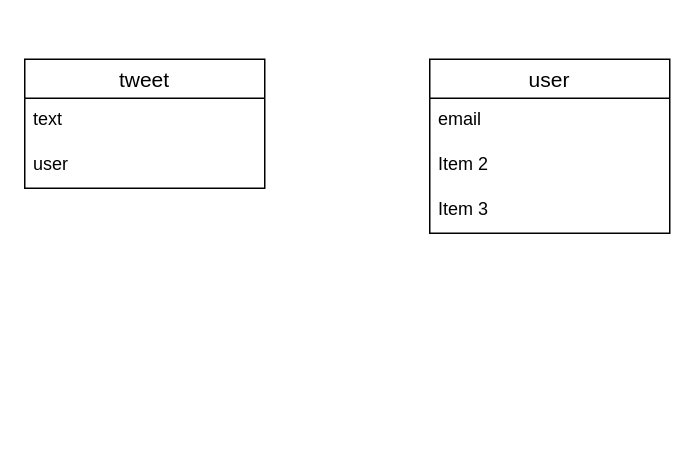
Before: test.dio in kahoxx121u/happytweet, a draw.io diagram. Source tidied: cells renumbered, new cells numbered last; positions are measured from the earlier drawing's top-left corner, leaving out a move shared by most shapes. Both pictures are drawn from the tidied source at 150%, with x=0, y=0 at pixel (24, 58).
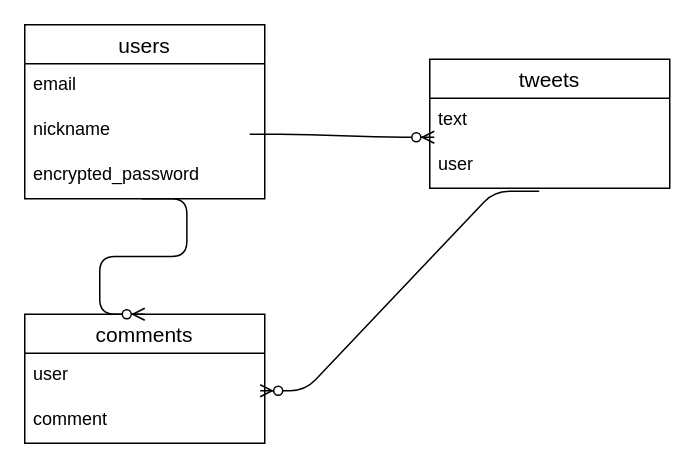
Above is the later version.

Change to the diagram source:
```diff
@@
 <mxGraphModel>
   <root>
     <mxCell id="0" />
     <mxCell id="1" parent="0" />
-    <mxCell id="2" value="tweet" style="swimlane;fontStyle=0;horizontal=1;startSize=26;align=center;fontSize=14;" parent="1" vertex="1">
-      <mxGeometry width="160" height="86" as="geometry" />
+    <mxCell id="2" value="tweets" style="swimlane;fontStyle=0;horizontal=1;startSize=26;align=center;fontSize=14;" parent="1" vertex="1">
+      <mxGeometry x="270" width="160" height="86" as="geometry" />
     </mxCell>
     <mxCell id="3" value="text&#10;" style="text;strokeColor=none;fillColor=none;spacingLeft=4;spacingRight=4;overflow=hidden;fontSize=12;" parent="2" vertex="1">
       <mxGeometry y="26" width="160" height="30" as="geometry" />
     </mxCell>
     <mxCell id="4" value="user" style="text;strokeColor=none;fillColor=none;spacingLeft=4;spacingRight=4;overflow=hidden;points=[[0,0.5],[1,0.5]];portConstraint=eastwest;fontSize=12;" parent="2" vertex="1">
       <mxGeometry y="56" width="160" height="30" as="geometry" />
     </mxCell>
-    <mxCell id="5" value="user" style="swimlane;fontStyle=0;horizontal=1;startSize=26;align=center;fontSize=14;" parent="1" vertex="1">
-      <mxGeometry x="270" width="160" height="116" as="geometry" />
+    <mxCell id="5" value="users" style="swimlane;fontStyle=0;horizontal=1;startSize=26;align=center;fontSize=14;" parent="1" vertex="1">
+      <mxGeometry y="-23" width="160" height="116" as="geometry" />
     </mxCell>
     <mxCell id="6" value="email" style="text;strokeColor=none;fillColor=none;spacingLeft=4;spacingRight=4;overflow=hidden;fontSize=12;" parent="5" vertex="1">
       <mxGeometry y="26" width="160" height="30" as="geometry" />
     </mxCell>
-    <mxCell id="7" value="Item 2" style="text;strokeColor=none;fillColor=none;spacingLeft=4;spacingRight=4;overflow=hidden;fontSize=12;" parent="5" vertex="1">
+    <mxCell id="7" value="nickname" style="text;strokeColor=none;fillColor=none;spacingLeft=4;spacingRight=4;overflow=hidden;fontSize=12;" parent="5" vertex="1">
       <mxGeometry y="56" width="160" height="30" as="geometry" />
     </mxCell>
-    <mxCell id="8" value="Item 3" style="text;strokeColor=none;fillColor=none;spacingLeft=4;spacingRight=4;overflow=hidden;points=[[0,0.5],[1,0.5]];portConstraint=eastwest;fontSize=12;" parent="5" vertex="1">
+    <mxCell id="8" value="encrypted_password" style="text;strokeColor=none;fillColor=none;spacingLeft=4;spacingRight=4;overflow=hidden;points=[[0,0.5],[1,0.5]];portConstraint=eastwest;fontSize=12;" parent="5" vertex="1">
       <mxGeometry y="86" width="160" height="30" as="geometry" />
     </mxCell>
+    <mxCell id="9" value="comments" style="swimlane;fontStyle=0;horizontal=1;startSize=26;align=center;fontSize=14;" parent="1" vertex="1">
+      <mxGeometry y="170" width="160" height="86" as="geometry" />
+    </mxCell>
+    <mxCell id="10" value="user" style="text;strokeColor=none;fillColor=none;spacingLeft=4;spacingRight=4;overflow=hidden;fontSize=12;" parent="9" vertex="1">
+      <mxGeometry y="26" width="160" height="30" as="geometry" />
+    </mxCell>
+    <mxCell id="11" value="comment" style="text;strokeColor=none;fillColor=none;spacingLeft=4;spacingRight=4;overflow=hidden;points=[[0,0.5],[1,0.5]];portConstraint=eastwest;fontSize=12;" parent="9" vertex="1">
+      <mxGeometry y="56" width="160" height="30" as="geometry" />
+    </mxCell>
+    <mxCell id="12" style="edgeStyle=entityRelationEdgeStyle;fontSize=12;html=1;endArrow=ERzeroToMany;endFill=1;entryX=0.019;entryY=-0.133;entryDx=0;entryDy=0;entryPerimeter=0;" parent="1" edge="1" target="4">
+      <mxGeometry relative="1" as="geometry">
+        <mxPoint x="150" y="50" as="sourcePoint" />
+      </mxGeometry>
+    </mxCell>
+    <mxCell id="13" style="edgeStyle=entityRelationEdgeStyle;fontSize=12;html=1;endArrow=ERzeroToMany;endFill=1;exitX=0.488;exitY=1;exitDx=0;exitDy=0;exitPerimeter=0;entryX=0.5;entryY=0;entryDx=0;entryDy=0;" parent="1" edge="1" source="8" target="9">
+      <mxGeometry relative="1" as="geometry" />
+    </mxCell>
+    <mxCell id="14" style="edgeStyle=entityRelationEdgeStyle;fontSize=12;html=1;endArrow=ERzeroToMany;endFill=1;exitX=0.456;exitY=1.067;exitDx=0;exitDy=0;exitPerimeter=0;entryX=0.981;entryY=-0.167;entryDx=0;entryDy=0;entryPerimeter=0;" parent="1" edge="1" source="4" target="11">
+      <mxGeometry relative="1" as="geometry" />
+    </mxCell>
   </root>
 </mxGraphModel>
```
